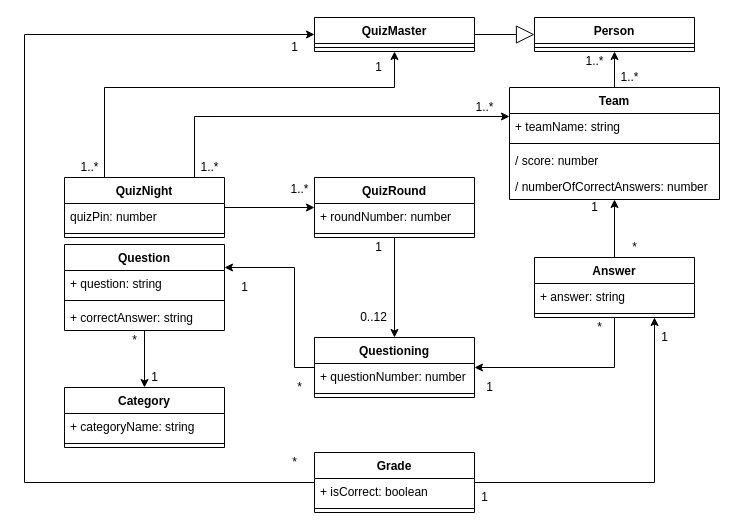
The draw.io diagram docs/Domain model.drawio in TomVermeer/dwaquiz, before the edit. Source tidied: cells renumbered, new cells numbered last; positions are measured from the earlier drawing's top-left corner, leaving out a move shared by most shapes. Both pictures are drawn from the tidied source at 100%, with x=0, y=0 at pixel (24, 17).
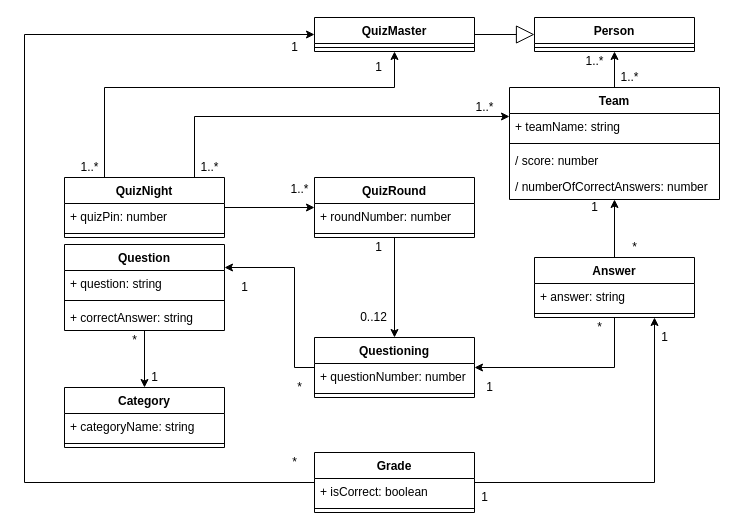
After the change.

The change refers to these unchanged cells:
```xml
<mxCell id="7" value="QuizNight" style="swimlane;fontStyle=1;align=center;verticalAlign=top;horizontal=1;startSize=26;" parent="1" vertex="1">
  <mxGeometry x="40" y="160" width="160" height="60" as="geometry" />
</mxCell>
```

The edit, as a diff of the source:
```diff
@@
-    <mxCell id="8" value="quizPin: number" style="text;strokeColor=none;fillColor=none;align=left;verticalAlign=top;spacingLeft=4;spacingRight=4;overflow=hidden;" parent="7" vertex="1">
+    <mxCell id="8" value="+ quizPin: number" style="text;strokeColor=none;fillColor=none;align=left;verticalAlign=top;spacingLeft=4;spacingRight=4;overflow=hidden;" parent="7" vertex="1">
       <mxGeometry y="26" width="160" height="26" as="geometry" />
     </mxCell>
```
